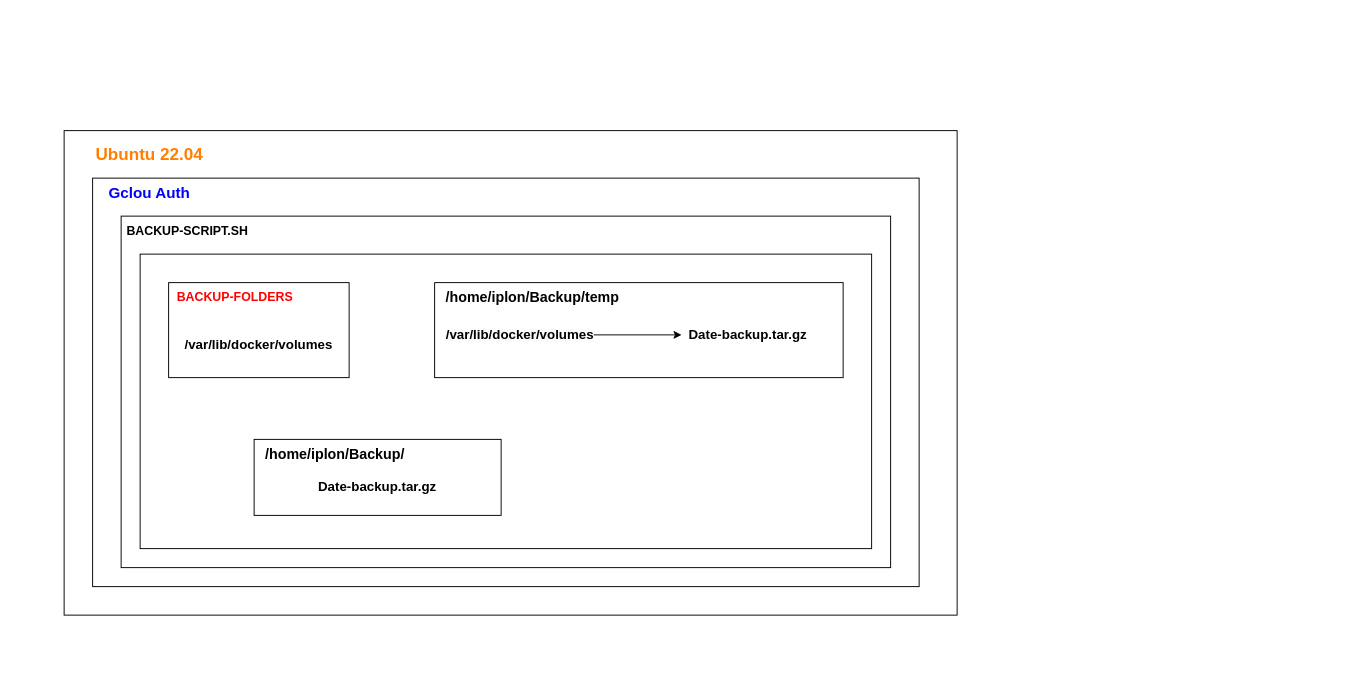
The draw.io diagram backup-iot6.drawio in naveen09111997/backup-restore, before the edit. Source tidied: cells renumbered, new cells numbered last; positions are measured from the earlier drawing's top-left corner, leaving out a move shared by most shapes. Both pictures are drawn from the tidied source at 95%, with x=0, y=0 at pixel (64, 130). Pictures stored in the file or linked from it are replaced by grey dashed boxes.
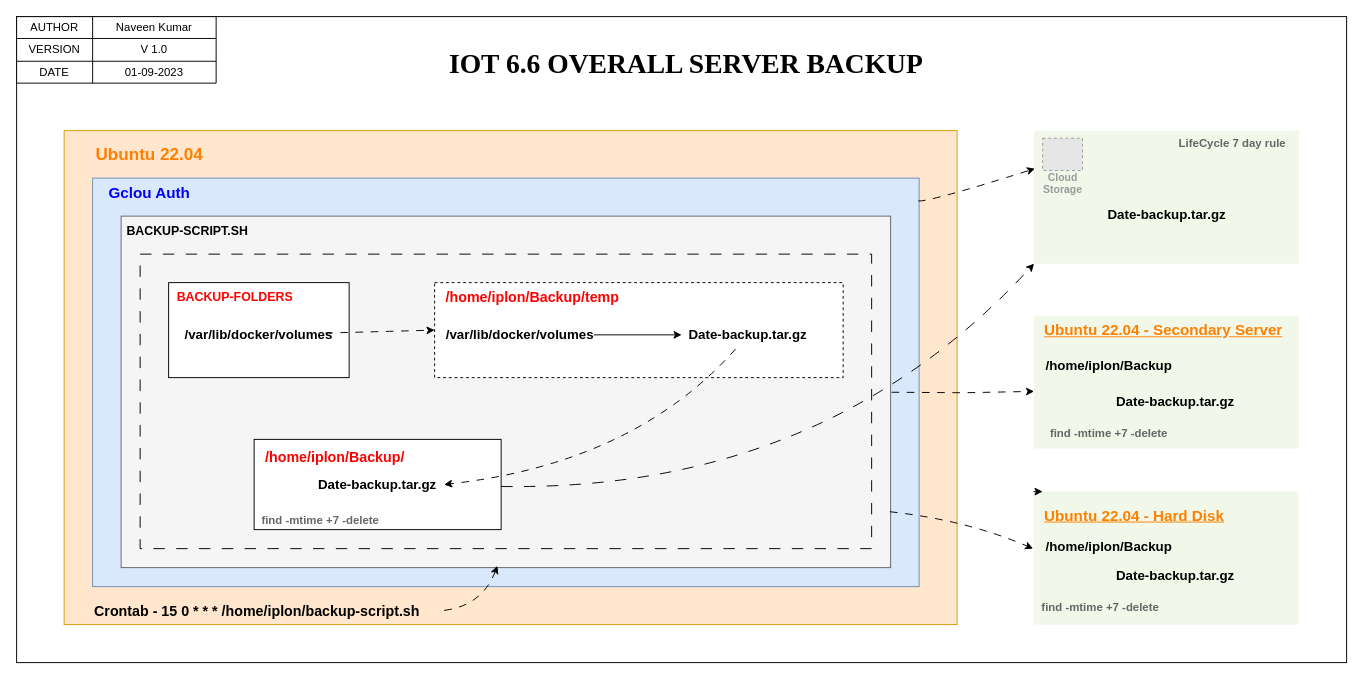
After the change.

Unchanged cells that the change refers to:
```xml
<mxCell id="16" value="&lt;span style=&quot;font-size: 14px;&quot;&gt;&lt;b&gt;Date-backup.tar.gz&lt;/b&gt;&lt;/span&gt;" style="text;html=1;strokeColor=none;fillColor=none;align=center;verticalAlign=middle;whiteSpace=wrap;rounded=0;" parent="1" vertex="1">
  <mxGeometry x="650" y="200" width="140" height="30" as="geometry" />
</mxCell>
```

What changed in the source:
```diff
@@
+    <mxCell id="21" style="rounded=0;whiteSpace=wrap;html=1;fillColor=default;glass=0;shadow=0;" parent="1" vertex="1">
+      <mxGeometry x="-50" y="-120" width="1400" height="680" as="geometry" />
+    </mxCell>
-    <mxCell id="2" style="rounded=0;whiteSpace=wrap;html=1;" parent="1" vertex="1">
-      <mxGeometry width="940" height="510" as="geometry" />
+    <mxCell id="2" style="rounded=0;whiteSpace=wrap;html=1;fillColor=#ffe6cc;strokeColor=#d79b00;" parent="1" vertex="1">
+      <mxGeometry width="940" height="520" as="geometry" />
     </mxCell>
-    <mxCell id="3" style="rounded=0;whiteSpace=wrap;html=1;" parent="1" vertex="1">
+    <mxCell id="3" style="rounded=0;whiteSpace=wrap;html=1;fillColor=#dae8fc;strokeColor=#6c8ebf;" parent="1" vertex="1">
       <mxGeometry x="30" y="50" width="870" height="430" as="geometry" />
     </mxCell>
@@
-    <mxCell id="5" style="rounded=0;whiteSpace=wrap;html=1;" parent="1" vertex="1">
+    <mxCell id="5" style="rounded=0;whiteSpace=wrap;html=1;fillColor=#f5f5f5;strokeColor=#666666;fontColor=#333333;" parent="1" vertex="1">
       <mxGeometry x="60" y="90" width="810" height="370" as="geometry" />
     </mxCell>
@@
-    <mxCell id="7" style="rounded=0;whiteSpace=wrap;html=1;" parent="1" vertex="1">
+    <mxCell id="7" style="rounded=0;whiteSpace=wrap;html=1;dashed=1;dashPattern=12 12;fillColor=none;" parent="1" vertex="1">
       <mxGeometry x="80" y="130" width="770" height="310" as="geometry" />
     </mxCell>
@@
-    <mxCell id="9" style="rounded=0;whiteSpace=wrap;html=1;" parent="1" vertex="1">
+    <mxCell id="9" style="rounded=0;whiteSpace=wrap;html=1;fillColor=default;" parent="1" vertex="1">
       <mxGeometry x="110" y="160" width="190" height="100" as="geometry" />
     </mxCell>
@@
     <mxCell id="11" value="&lt;b&gt;&lt;font style=&quot;font-size: 14px;&quot;&gt;/var/lib/docker/volumes&lt;/font&gt;&lt;/b&gt;" style="text;html=1;strokeColor=none;fillColor=none;align=center;verticalAlign=middle;whiteSpace=wrap;rounded=0;" parent="1" vertex="1">
-      <mxGeometry x="135" y="210" width="140" height="30" as="geometry" />
+      <mxGeometry x="135" y="200" width="140" height="30" as="geometry" />
     </mxCell>
-    <mxCell id="12" style="rounded=0;whiteSpace=wrap;html=1;" parent="1" vertex="1">
+    <mxCell id="12" style="rounded=0;whiteSpace=wrap;html=1;fillColor=default;dashed=1;" parent="1" vertex="1">
       <mxGeometry x="390" y="160" width="430" height="100" as="geometry" />
     </mxCell>
-    <mxCell id="13" value="&lt;b&gt;&lt;font style=&quot;font-size: 15px;&quot;&gt;/home/iplon/Backup/temp&lt;/font&gt;&lt;/b&gt;" style="text;html=1;strokeColor=none;fillColor=none;align=left;verticalAlign=middle;whiteSpace=wrap;rounded=0;" parent="1" vertex="1">
+    <mxCell id="13" value="&lt;b&gt;&lt;font color=&quot;#ff0000&quot; style=&quot;font-size: 15px;&quot;&gt;/home/iplon/Backup/temp&lt;/font&gt;&lt;/b&gt;" style="text;html=1;strokeColor=none;fillColor=none;align=left;verticalAlign=middle;whiteSpace=wrap;rounded=0;" parent="1" vertex="1">
       <mxGeometry x="400" y="160" width="230" height="30" as="geometry" />
     </mxCell>
@@
     <mxCell id="17" style="group;" parent="1" vertex="1">
-      <mxGeometry x="200" y="325" width="260" height="80" as="geometry" />
+      <mxGeometry x="200" y="325" width="260" height="95" as="geometry" />
     </mxCell>
     <mxCell id="18" style="rounded=0;whiteSpace=wrap;html=1;" parent="17" vertex="1">
-      <mxGeometry width="260" height="80" as="geometry" />
+      <mxGeometry width="260" height="95" as="geometry" />
     </mxCell>
-    <mxCell id="19" value="&lt;b&gt;&lt;font style=&quot;font-size: 15px;&quot;&gt;/home/iplon/Backup/&lt;/font&gt;&lt;/b&gt;" style="text;html=1;strokeColor=none;fillColor=none;align=left;verticalAlign=middle;whiteSpace=wrap;rounded=0;" parent="17" vertex="1">
-      <mxGeometry x="10" width="230" height="30" as="geometry" />
+    <mxCell id="19" value="&lt;b&gt;&lt;font color=&quot;#ff0000&quot; style=&quot;font-size: 15px;&quot;&gt;/home/iplon/Backup/&lt;/font&gt;&lt;/b&gt;" style="text;html=1;strokeColor=none;fillColor=none;align=left;verticalAlign=middle;whiteSpace=wrap;rounded=0;" parent="17" vertex="1">
+      <mxGeometry x="10" width="230" height="35.6" as="geometry" />
     </mxCell>
-    <mxCell id="20" value="&lt;span style=&quot;font-size: 14px;&quot;&gt;&lt;b&gt;Date-backup.tar.gz&lt;/b&gt;&lt;/span&gt;" style="text;html=1;strokeColor=none;fillColor=none;align=center;verticalAlign=middle;whiteSpace=wrap;rounded=0;" parent="17" vertex="1">
-      <mxGeometry x="60" y="35" width="140" height="30" as="geometry" />
+    <mxCell id="20" value="&lt;b style=&quot;border-color: var(--border-color); font-size: 14px;&quot;&gt;Date-backup.tar.gz&lt;/b&gt;" style="text;html=1;strokeColor=none;fillColor=none;align=center;verticalAlign=middle;whiteSpace=wrap;rounded=0;" parent="17" vertex="1">
+      <mxGeometry x="60" y="29.7" width="140" height="35.6" as="geometry" />
     </mxCell>
+    <mxCell id="22" value="&lt;b&gt;&lt;font color=&quot;#666666&quot;&gt;find -mtime +7 -delete&lt;/font&gt;&lt;/b&gt;" style="text;html=1;strokeColor=none;fillColor=none;align=center;verticalAlign=bottom;whiteSpace=wrap;rounded=0;" parent="17" vertex="1">
+      <mxGeometry y="70" width="140" height="25" as="geometry" />
+    </mxCell>
+    <mxCell id="23" style="curved=1;endArrow=classic;html=1;rounded=0;entryX=1;entryY=0.5;entryDx=0;entryDy=0;dashed=1;dashPattern=8 8;" parent="1" edge="1" source="16" target="20">
+      <mxGeometry relative="1" as="geometry">
+        <Array as="points">
+          <mxPoint x="600" y="350" />
+        </Array>
+      </mxGeometry>
+    </mxCell>
+    <mxCell id="24" style="curved=1;endArrow=classic;html=1;rounded=0;dashed=1;dashPattern=8 8;entryX=0;entryY=0.5;entryDx=0;entryDy=0;" parent="1" edge="1" source="11" target="12">
+      <mxGeometry relative="1" as="geometry" />
+    </mxCell>
+    <mxCell id="25" value="&lt;b&gt;&lt;font style=&quot;font-size: 15px;&quot;&gt;Crontab - 15 0 * * * /home/iplon/backup-script.sh&lt;/font&gt;&lt;/b&gt;" style="text;html=1;strokeColor=none;fillColor=none;align=left;verticalAlign=middle;whiteSpace=wrap;rounded=0;" parent="1" vertex="1">
+      <mxGeometry x="30" y="490" width="370" height="30" as="geometry" />
+    </mxCell>
+    <mxCell id="26" style="curved=1;endArrow=classic;html=1;rounded=0;entryX=0.489;entryY=0.995;entryDx=0;entryDy=0;entryPerimeter=0;exitX=1;exitY=0.5;exitDx=0;exitDy=0;dashed=1;dashPattern=8 8;" parent="1" edge="1" source="25" target="5">
+      <mxGeometry relative="1" as="geometry">
+        <Array as="points">
+          <mxPoint x="440" y="500" />
+        </Array>
+      </mxGeometry>
+    </mxCell>
+    <mxCell id="27" style="sketch=0;points=[[0,0,0],[0.25,0,0],[0.5,0,0],[0.75,0,0],[1,0,0],[1,0.25,0],[1,0.5,0],[1,0.75,0],[1,1,0],[0.75,1,0],[0.5,1,0],[0.25,1,0],[0,1,0],[0,0.75,0],[0,0.5,0],[0,0.25,0]];rounded=1;absoluteArcSize=1;arcSize=2;html=1;strokeColor=none;gradientColor=none;shadow=0;fontSize=12;fontColor=#9E9E9E;align=left;verticalAlign=top;spacing=10;spacingTop=-4;whiteSpace=wrap;fillColor=#F1F8E9;" parent="1" vertex="1">
+      <mxGeometry x="1021" width="279" height="140" as="geometry" />
+    </mxCell>
+    <mxCell id="28" value="Cloud&#10;Storage" style="fillColor=#E6E6E6;strokeColor=#999999;dashed=1;html=1;verticalAlign=top;labelPosition=center;verticalLabelPosition=bottom;align=center;spacingTop=-6;fontSize=11;fontStyle=1;fontColor=#999999;" parent="1" vertex="1">
+      <mxGeometry x="1030" y="8" width="42" height="34" as="geometry" />
+    </mxCell>
+    <mxCell id="29" value="&lt;b style=&quot;border-color: var(--border-color); font-size: 14px;&quot;&gt;Date-backup.tar.gz&lt;/b&gt;" style="text;html=1;strokeColor=none;fillColor=none;align=center;verticalAlign=middle;whiteSpace=wrap;rounded=0;" parent="1" vertex="1">
+      <mxGeometry x="1090.5" y="70" width="140" height="35.6" as="geometry" />
+    </mxCell>
+    <mxCell id="30" style="curved=1;endArrow=classic;html=1;rounded=0;entryX=0;entryY=1;entryDx=0;entryDy=0;entryPerimeter=0;dashed=1;dashPattern=12 12;" parent="1" edge="1" source="18" target="27">
+      <mxGeometry relative="1" as="geometry">
+        <Array as="points">
+          <mxPoint x="800" y="380" />
+        </Array>
+      </mxGeometry>
+    </mxCell>
+    <mxCell id="31" style="curved=1;endArrow=classic;html=1;rounded=0;entryX=0;entryY=0.25;entryDx=0;entryDy=0;entryPerimeter=0;exitX=0.999;exitY=0.056;exitDx=0;exitDy=0;exitPerimeter=0;dashed=1;dashPattern=8 8;" parent="1" edge="1" source="3">
+      <mxGeometry relative="1" as="geometry">
+        <mxPoint x="1021.9" y="40" as="targetPoint" />
+        <Array as="points">
+          <mxPoint x="910.9" y="75" />
+        </Array>
+      </mxGeometry>
+    </mxCell>
+    <mxCell id="32" value="&lt;b&gt;&lt;font color=&quot;#666666&quot;&gt;LifeCycle 7 day rule&lt;/font&gt;&lt;/b&gt;" style="text;html=1;strokeColor=none;fillColor=none;align=center;verticalAlign=top;whiteSpace=wrap;rounded=0;" parent="1" vertex="1">
+      <mxGeometry x="1160" width="140" height="25.6" as="geometry" />
+    </mxCell>
+    <mxCell id="33" style="sketch=0;rounded=1;absoluteArcSize=1;arcSize=2;html=1;strokeColor=none;gradientColor=none;shadow=0;fontSize=12;fontColor=#9E9E9E;align=left;verticalAlign=top;spacing=10;spacingTop=-4;whiteSpace=wrap;fillColor=#F1F8E9;" parent="1" vertex="1">
+      <mxGeometry x="1021" y="195" width="279" height="140" as="geometry" />
+    </mxCell>
+    <mxCell id="34" value="&lt;b style=&quot;border-color: var(--border-color); font-size: 14px;&quot;&gt;Date-backup.tar.gz&lt;/b&gt;" style="text;html=1;strokeColor=none;fillColor=none;align=center;verticalAlign=middle;whiteSpace=wrap;rounded=0;" parent="1" vertex="1">
+      <mxGeometry x="1100" y="267.2" width="140" height="35.6" as="geometry" />
+    </mxCell>
+    <mxCell id="35" value="&lt;b&gt;&lt;font color=&quot;#ff8000&quot; style=&quot;font-size: 16px;&quot;&gt;&lt;u&gt;Ubuntu 22.04 - Secondary Server&lt;/u&gt;&lt;/font&gt;&lt;/b&gt;" style="text;html=1;strokeColor=none;fillColor=none;align=left;verticalAlign=middle;whiteSpace=wrap;rounded=0;" parent="1" vertex="1">
+      <mxGeometry x="1030" y="195" width="260" height="30" as="geometry" />
+    </mxCell>
+    <mxCell id="36" value="&lt;b style=&quot;border-color: var(--border-color); font-size: 14px;&quot;&gt;/home/iplon/Backup&lt;/b&gt;" style="text;html=1;strokeColor=none;fillColor=none;align=center;verticalAlign=middle;whiteSpace=wrap;rounded=0;" parent="1" vertex="1">
+      <mxGeometry x="1030" y="230" width="140" height="35.6" as="geometry" />
+    </mxCell>
+    <mxCell id="37" style="sketch=0;points=[[0,0,0],[0.25,0,0],[0.5,0,0],[0.75,0,0],[1,0,0],[1,0.25,0],[1,0.5,0],[1,0.75,0],[1,1,0],[0.75,1,0],[0.5,1,0],[0.25,1,0],[0,1,0],[0,0.75,0],[0,0.5,0],[0,0.25,0]];rounded=1;absoluteArcSize=1;arcSize=2;html=1;strokeColor=none;gradientColor=none;shadow=0;fontSize=12;fontColor=#9E9E9E;align=left;verticalAlign=top;spacing=10;spacingTop=-4;whiteSpace=wrap;fillColor=#F1F8E9;" parent="1" vertex="1">
+      <mxGeometry x="1020.5" y="380" width="279" height="140" as="geometry" />
+    </mxCell>
+    <mxCell id="38" value="&lt;b style=&quot;border-color: var(--border-color); font-size: 14px;&quot;&gt;Date-backup.tar.gz&lt;/b&gt;" style="text;html=1;strokeColor=none;fillColor=none;align=center;verticalAlign=middle;whiteSpace=wrap;rounded=0;" parent="1" vertex="1">
+      <mxGeometry x="1100" y="450" width="140" height="35.6" as="geometry" />
+    </mxCell>
+    <mxCell id="39" value="&lt;b&gt;&lt;font color=&quot;#666666&quot;&gt;find -mtime +7 -delete&lt;/font&gt;&lt;/b&gt;" style="text;html=1;strokeColor=none;fillColor=none;align=center;verticalAlign=bottom;whiteSpace=wrap;rounded=0;" parent="1" vertex="1">
+      <mxGeometry x="1021" y="485.6" width="140" height="25" as="geometry" />
+    </mxCell>
+    <mxCell id="40" value="&lt;b&gt;&lt;font color=&quot;#ff8000&quot; style=&quot;font-size: 16px;&quot;&gt;&lt;u&gt;Ubuntu 22.04 - Hard Disk&lt;/u&gt;&lt;/font&gt;&lt;/b&gt;" style="text;html=1;strokeColor=none;fillColor=none;align=left;verticalAlign=middle;whiteSpace=wrap;rounded=0;" parent="1" vertex="1">
+      <mxGeometry x="1030" y="390" width="260" height="30" as="geometry" />
+    </mxCell>
+    <mxCell id="41" value="&lt;b style=&quot;border-color: var(--border-color); font-size: 14px;&quot;&gt;/home/iplon/Backup&lt;/b&gt;" style="text;html=1;strokeColor=none;fillColor=none;align=center;verticalAlign=middle;whiteSpace=wrap;rounded=0;" parent="1" vertex="1">
+      <mxGeometry x="1030" y="420" width="140" height="35.6" as="geometry" />
+    </mxCell>
+    <mxCell id="42" value="&lt;b&gt;&lt;font color=&quot;#666666&quot;&gt;find -mtime +7 -delete&lt;/font&gt;&lt;/b&gt;" style="text;html=1;strokeColor=none;fillColor=none;align=center;verticalAlign=bottom;whiteSpace=wrap;rounded=0;" parent="1" vertex="1">
+      <mxGeometry x="1030" y="302.8" width="140" height="25" as="geometry" />
+    </mxCell>
+    <mxCell id="43" style="curved=1;endArrow=classic;html=1;rounded=0;dashed=1;dashPattern=8 8;exitX=0.999;exitY=0.841;exitDx=0;exitDy=0;exitPerimeter=0;" parent="1" edge="1" source="5">
+      <mxGeometry relative="1" as="geometry">
+        <mxPoint x="1020" y="440" as="targetPoint" />
+        <Array as="points">
+          <mxPoint x="950" y="410" />
+        </Array>
+      </mxGeometry>
+    </mxCell>
+    <mxCell id="44" style="edgeStyle=orthogonalEdgeStyle;rounded=0;orthogonalLoop=1;jettySize=auto;html=1;exitX=0;exitY=0;exitDx=0;exitDy=0;exitPerimeter=0;entryX=0.034;entryY=0;entryDx=0;entryDy=0;entryPerimeter=0;" parent="1" edge="1" source="37" target="37">
+      <mxGeometry relative="1" as="geometry" />
+    </mxCell>
+    <mxCell id="45" style="edgeStyle=orthogonalEdgeStyle;rounded=0;orthogonalLoop=1;jettySize=auto;html=1;dashed=1;dashPattern=8 8;exitX=1;exitY=0.462;exitDx=0;exitDy=0;exitPerimeter=0;" parent="1" edge="1">
+      <mxGeometry relative="1" as="geometry">
+        <mxPoint x="871" y="275.4" as="sourcePoint" />
+        <mxPoint x="1021" y="274.5" as="targetPoint" />
+      </mxGeometry>
+    </mxCell>
+    <mxCell id="46" value="&lt;h1&gt;&lt;font face=&quot;Times New Roman&quot; style=&quot;font-size: 29px;&quot;&gt;IOT 6.6 OVERALL SERVER BACKUP&lt;/font&gt;&lt;/h1&gt;" style="text;html=1;strokeColor=none;fillColor=none;align=center;verticalAlign=middle;whiteSpace=wrap;rounded=0;" parent="1" vertex="1">
+      <mxGeometry x="275" y="-100" width="760" height="60" as="geometry" />
+    </mxCell>
+    <mxCell id="47" style="shape=table;startSize=0;childLayout=tableLayout;" parent="1" vertex="1">
+      <mxGeometry x="-50" y="-120" width="210" height="70" as="geometry" />
+    </mxCell>
+    <mxCell id="48" style="shape=tableRow;horizontal=0;startSize=0;swimlaneHead=0;swimlaneBody=0;strokeColor=inherit;top=0;left=0;bottom=0;right=0;fillColor=none;" parent="47" vertex="1">
+      <mxGeometry width="210" height="23" as="geometry" />
+    </mxCell>
+    <mxCell id="49" value="AUTHOR" style="shape=partialRectangle;html=1;whiteSpace=wrap;strokeColor=inherit;overflow=hidden;fillColor=none;top=0;left=0;bottom=0;right=0;" parent="48" vertex="1">
+      <mxGeometry width="80" height="23" as="geometry" />
+    </mxCell>
+    <mxCell id="50" value="Naveen Kumar" style="shape=partialRectangle;html=1;whiteSpace=wrap;strokeColor=inherit;overflow=hidden;fillColor=none;top=0;left=0;bottom=0;right=0;" parent="48" vertex="1">
+      <mxGeometry x="80" width="130" height="23" as="geometry" />
+    </mxCell>
+    <mxCell id="51" style="shape=tableRow;horizontal=0;startSize=0;swimlaneHead=0;swimlaneBody=0;strokeColor=inherit;top=0;left=0;bottom=0;right=0;fillColor=none;" parent="47" vertex="1">
+      <mxGeometry y="23" width="210" height="24" as="geometry" />
+    </mxCell>
+    <mxCell id="52" value="VERSION&lt;br&gt;" style="shape=partialRectangle;html=1;whiteSpace=wrap;strokeColor=inherit;overflow=hidden;fillColor=none;top=0;left=0;bottom=0;right=0;" parent="51" vertex="1">
+      <mxGeometry width="80" height="24" as="geometry" />
+    </mxCell>
+    <mxCell id="53" value="V 1.0" style="shape=partialRectangle;html=1;whiteSpace=wrap;strokeColor=inherit;overflow=hidden;fillColor=none;top=0;left=0;bottom=0;right=0;" parent="51" vertex="1">
+      <mxGeometry x="80" width="130" height="24" as="geometry" />
+    </mxCell>
+    <mxCell id="54" style="shape=tableRow;horizontal=0;startSize=0;swimlaneHead=0;swimlaneBody=0;strokeColor=inherit;top=0;left=0;bottom=0;right=0;fillColor=none;" parent="47" vertex="1">
+      <mxGeometry y="47" width="210" height="23" as="geometry" />
+    </mxCell>
+    <mxCell id="55" value="DATE" style="shape=partialRectangle;html=1;whiteSpace=wrap;strokeColor=inherit;overflow=hidden;fillColor=none;top=0;left=0;bottom=0;right=0;" parent="54" vertex="1">
+      <mxGeometry width="80" height="23" as="geometry" />
+    </mxCell>
+    <mxCell id="56" value="01-09-2023" style="shape=partialRectangle;html=1;whiteSpace=wrap;strokeColor=inherit;overflow=hidden;fillColor=none;top=0;left=0;bottom=0;right=0;" parent="54" vertex="1">
+      <mxGeometry x="80" width="130" height="23" as="geometry" />
+    </mxCell>
```
